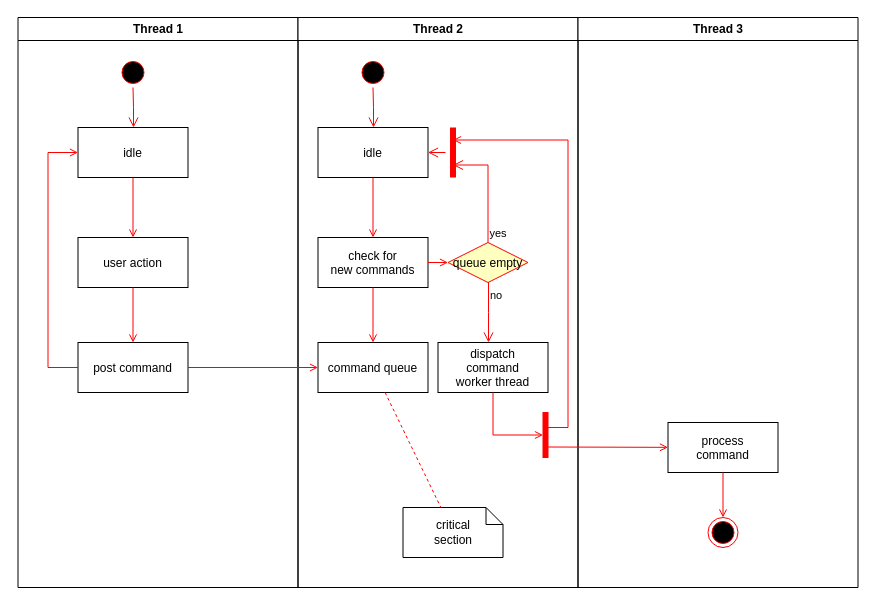
Earlier version of the draw.io diagram implementationdiagram.drawio (andressaanunes/implementationdiagram). Source tidied: cells renumbered, new cells numbered last; positions are measured from the earlier drawing's top-left corner, leaving out a move shared by most shapes. Both pictures are drawn from the tidied source at 100%, with x=0, y=0 at pixel (17, 17).
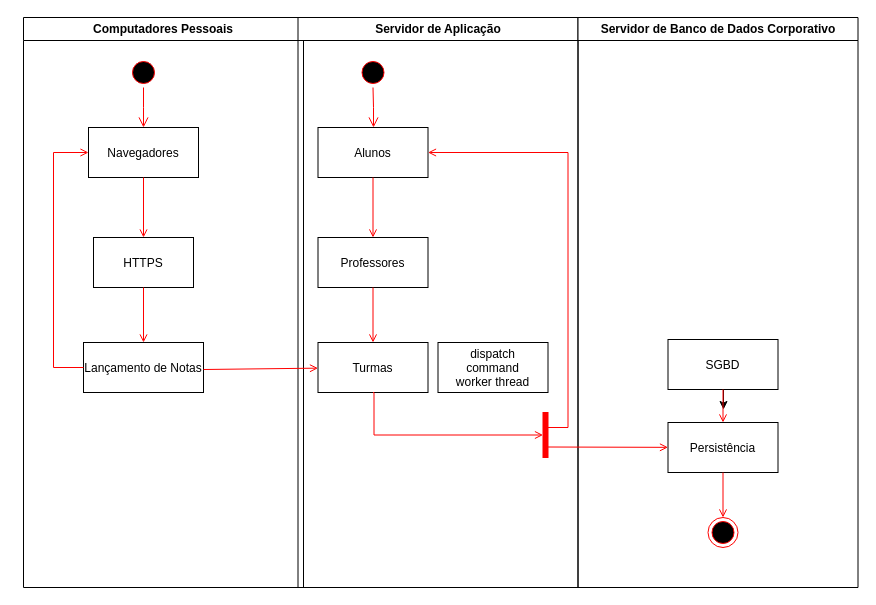
The same page after the edit.

The change refers to these unchanged cells:
```xml
<mxCell id="25" value="dispatch&#10;command&#10;worker thread" parent="11" vertex="1">
  <mxGeometry x="140" y="325" width="110" height="50" as="geometry" />
</mxCell>
<mxCell id="28" style="whiteSpace=wrap;strokeColor=#FF0000;fillColor=#FF0000;" parent="11" vertex="1">
  <mxGeometry x="245" y="395" width="5" height="45" as="geometry" />
</mxCell>
```

Diff of the diagram source:
```diff
@@
-    <mxCell id="2" value="Thread 1" style="swimlane;whiteSpace=wrap;" parent="1" vertex="1">
-      <mxGeometry x="0.5" width="280" height="570" as="geometry" />
+    <mxCell id="2" value="Computadores Pessoais" style="swimlane;whiteSpace=wrap;" parent="1" vertex="1">
+      <mxGeometry x="6" width="280" height="570" as="geometry" />
     </mxCell>
     <mxCell id="3" style="ellipse;shape=startState;fillColor=#000000;strokeColor=#ff0000;" parent="2" vertex="1">
-      <mxGeometry x="100" y="40" width="30" height="30" as="geometry" />
+      <mxGeometry x="105" y="40" width="30" height="30" as="geometry" />
     </mxCell>
@@
-    <mxCell id="5" value="idle" parent="2" vertex="1">
-      <mxGeometry x="60" y="110" width="110" height="50" as="geometry" />
+    <mxCell id="5" value="Navegadores" parent="2" vertex="1">
+      <mxGeometry x="65" y="110" width="110" height="50" as="geometry" />
     </mxCell>
-    <mxCell id="6" value="user action" parent="2" vertex="1">
-      <mxGeometry x="60" y="220" width="110" height="50" as="geometry" />
+    <mxCell id="6" value="HTTPS" parent="2" vertex="1">
+      <mxGeometry x="70" y="220" width="100" height="50" as="geometry" />
     </mxCell>
@@
-    <mxCell id="8" value="post command" parent="2" vertex="1">
-      <mxGeometry x="60" y="325" width="110" height="50" as="geometry" />
+    <mxCell id="8" value="Lançamento de Notas" parent="2" vertex="1">
+      <mxGeometry x="60" y="325" width="120" height="50" as="geometry" />
     </mxCell>
@@
-    <mxCell id="11" value="Thread 2" style="swimlane;whiteSpace=wrap;" parent="1" vertex="1">
+    <mxCell id="11" value="Servidor de Aplicação" style="swimlane;whiteSpace=wrap;" parent="1" vertex="1">
       <mxGeometry x="280.5" width="280" height="570" as="geometry" />
     </mxCell>
@@
-    <mxCell id="14" value="idle" parent="11" vertex="1">
+    <mxCell id="14" value="Alunos" parent="11" vertex="1">
       <mxGeometry x="20" y="110" width="110" height="50" as="geometry" />
     </mxCell>
-    <mxCell id="15" value="check for &#10;new commands" parent="11" vertex="1">
+    <mxCell id="15" value="Professores" parent="11" vertex="1">
       <mxGeometry x="20" y="220" width="110" height="50" as="geometry" />
     </mxCell>
@@
-    <mxCell id="17" value="command queue" parent="11" vertex="1">
+    <mxCell id="17" value="Turmas" parent="11" vertex="1">
       <mxGeometry x="20" y="325" width="110" height="50" as="geometry" />
     </mxCell>
@@
-    <mxCell id="19" value="queue empty" style="rhombus;fillColor=#ffffc0;strokeColor=#ff0000;" parent="11" vertex="1">
-      <mxGeometry x="150" y="225" width="80" height="40" as="geometry" />
-    </mxCell>
-    <mxCell id="20" value="yes" style="edgeStyle=elbowEdgeStyle;elbow=horizontal;align=left;verticalAlign=bottom;endArrow=open;endSize=8;strokeColor=#FF0000;exitX=0.5;exitY=0;endFill=1;rounded=0;entryX=0.75;entryY=0.5;entryPerimeter=0;" parent="11" edge="1" source="19" target="23">
-      <mxGeometry x="-1" relative="1" as="geometry">
-        <Array as="points">
-          <mxPoint x="190" y="180" />
-        </Array>
-      </mxGeometry>
-    </mxCell>
-    <mxCell id="21" value="no" style="edgeStyle=elbowEdgeStyle;elbow=horizontal;align=left;verticalAlign=top;endArrow=open;endSize=8;strokeColor=#FF0000;endFill=1;rounded=0;" parent="11" edge="1" source="19" target="25">
-      <mxGeometry x="-1" relative="1" as="geometry" />
-    </mxCell>
-    <mxCell id="22" style="endArrow=open;strokeColor=#FF0000;endFill=1;rounded=0;" parent="11" edge="1" source="15" target="19">
-      <mxGeometry relative="1" as="geometry" />
-    </mxCell>
-    <mxCell id="23" style="shape=line;strokeWidth=6;strokeColor=#ff0000;rotation=90;" parent="11" vertex="1">
-      <mxGeometry x="130" y="127.5" width="50" height="15" as="geometry" />
-    </mxCell>
-    <mxCell id="24" style="edgeStyle=elbowEdgeStyle;elbow=horizontal;verticalAlign=bottom;endArrow=open;endSize=8;strokeColor=#FF0000;endFill=1;rounded=0;" parent="11" edge="1" source="23" target="14">
-      <mxGeometry x="130" y="90" as="geometry" />
-    </mxCell>
@@
-    <mxCell id="26" value="critical&#10;section" style="shape=note;whiteSpace=wrap;size=17;" parent="11" vertex="1">
-      <mxGeometry x="105" y="490" width="100" height="50" as="geometry" />
-    </mxCell>
-    <mxCell id="27" style="endArrow=none;strokeColor=#FF0000;endFill=0;rounded=0;dashed=1;" parent="11" edge="1" source="17" target="26">
-      <mxGeometry relative="1" as="geometry" />
-    </mxCell>
@@
-    <mxCell id="29" style="edgeStyle=elbowEdgeStyle;elbow=horizontal;entryX=0;entryY=0.5;strokeColor=#FF0000;endArrow=open;endFill=1;rounded=0;" parent="11" edge="1" source="25" target="28">
+    <mxCell id="29" style="edgeStyle=elbowEdgeStyle;elbow=horizontal;entryX=0;entryY=0.5;strokeColor=#FF0000;endArrow=open;endFill=1;rounded=0;exitX=0.5;exitY=1;exitDx=0;exitDy=0;" parent="11" edge="1" source="17" target="28">
       <mxGeometry relative="1" as="geometry">
         <Array as="points">
-          <mxPoint x="195" y="400" />
+          <mxPoint x="76" y="418" />
         </Array>
       </mxGeometry>
     </mxCell>
-    <mxCell id="30" value="Thread 3" style="swimlane;whiteSpace=wrap;" parent="1" vertex="1">
+    <mxCell id="30" value="Servidor de Banco de Dados Corporativo" style="swimlane;whiteSpace=wrap;" parent="1" vertex="1">
       <mxGeometry x="560.5" width="280" height="570" as="geometry" />
     </mxCell>
-    <mxCell id="31" value="process&#10;command" parent="30" vertex="1">
+    <mxCell id="31" value="Persistência" parent="30" vertex="1">
       <mxGeometry x="90" y="405" width="110" height="50" as="geometry" />
     </mxCell>
-    <mxCell id="32" style="edgeStyle=elbowEdgeStyle;elbow=horizontal;strokeColor=#FF0000;endArrow=open;endFill=1;rounded=0;entryX=0.25;entryY=0.5;entryPerimeter=0;" parent="30" edge="1" target="23">
+    <mxCell id="32" style="edgeStyle=elbowEdgeStyle;elbow=horizontal;strokeColor=#FF0000;endArrow=open;endFill=1;rounded=0;entryX=1;entryY=0.5;entryDx=0;entryDy=0;" parent="30" edge="1" target="14">
       <mxGeometry relative="1" as="geometry">
         <mxPoint x="-30" y="410" as="sourcePoint" />
         <Array as="points">
           <mxPoint x="-10" y="135" />
         </Array>
       </mxGeometry>
     </mxCell>
@@
+    <mxCell id="37" style="edgeStyle=orthogonalEdgeStyle;rounded=0;jettySize=auto;html=1;exitX=0.75;exitY=1;exitDx=0;exitDy=0;" parent="30" edge="1" source="38">
+      <mxGeometry relative="1" as="geometry">
+        <mxPoint x="145.5" y="392" as="targetPoint" />
+      </mxGeometry>
+    </mxCell>
+    <mxCell id="38" value="SGBD" parent="30" vertex="1">
+      <mxGeometry x="90" y="322" width="110" height="50" as="geometry" />
+    </mxCell>
+    <mxCell id="39" style="endArrow=open;strokeColor=#FF0000;endFill=1;rounded=0;exitX=0.5;exitY=1;exitDx=0;exitDy=0;entryX=0.5;entryY=0;entryDx=0;entryDy=0;" parent="30" edge="1" source="38" target="31">
+      <mxGeometry relative="1" as="geometry" />
+    </mxCell>
-    <mxCell id="36" style="endArrow=open;strokeColor=#FF0000;endFill=1;rounded=0;" parent="1" edge="1" source="8" target="17">
-      <mxGeometry relative="1" as="geometry" />
+    <mxCell id="36" style="endArrow=open;strokeColor=#FF0000;endFill=1;rounded=0;" parent="1" edge="1" target="17">
+      <mxGeometry relative="1" as="geometry">
+        <mxPoint x="186" y="352" as="sourcePoint" />
+      </mxGeometry>
     </mxCell>
```
